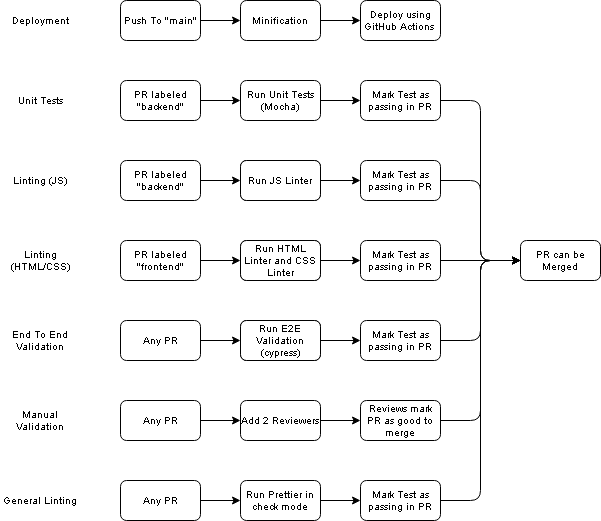
The draw.io diagram admin/cipipeline/phase2.drawio.png in cse110-fa22-group29/cse110-fa22-group29, before a commit. Source tidied: cells renumbered, new cells last; positions are measured from the earlier drawing's top-left corner, leaving out a move shared by most shapes. Its diagram source:
```xml
<mxGraphModel>
  <root>
    <mxCell id="0" />
    <mxCell id="1" parent="0" />
    <mxCell id="2" value="Deployment" style="text;html=1;strokeColor=none;fillColor=none;align=center;verticalAlign=middle;whiteSpace=wrap;rounded=0;fontSize=10;" parent="1" vertex="1">
      <mxGeometry width="80" height="40" as="geometry" />
    </mxCell>
    <mxCell id="3" value="Unit Tests" style="text;html=1;strokeColor=none;fillColor=none;align=center;verticalAlign=middle;whiteSpace=wrap;rounded=0;fontSize=10;" parent="1" vertex="1">
      <mxGeometry y="80" width="80" height="40" as="geometry" />
    </mxCell>
    <mxCell id="4" value="End To End Validation" style="text;html=1;strokeColor=none;fillColor=none;align=center;verticalAlign=middle;whiteSpace=wrap;rounded=0;fontSize=10;" parent="1" vertex="1">
      <mxGeometry y="320" width="80" height="40" as="geometry" />
    </mxCell>
    <mxCell id="5" value="Linting (HTML/CSS)" style="text;html=1;strokeColor=none;fillColor=none;align=center;verticalAlign=middle;whiteSpace=wrap;rounded=0;fontSize=10;" parent="1" vertex="1">
      <mxGeometry y="240" width="80" height="40" as="geometry" />
    </mxCell>
    <mxCell id="6" value="Linting (JS)" style="text;html=1;strokeColor=none;fillColor=none;align=center;verticalAlign=middle;whiteSpace=wrap;rounded=0;fontSize=10;" parent="1" vertex="1">
      <mxGeometry y="160" width="80" height="40" as="geometry" />
    </mxCell>
    <mxCell id="7" value="Push To &quot;main&quot;" style="rounded=1;whiteSpace=wrap;html=1;fontSize=10;" parent="1" vertex="1">
      <mxGeometry x="120" width="80" height="40" as="geometry" />
    </mxCell>
    <mxCell id="8" style="endArrow=classic;html=1;exitX=1;exitY=0.5;exitDx=0;exitDy=0;entryX=0;entryY=0.5;entryDx=0;entryDy=0;fontSize=10;" parent="1" edge="1" source="7">
      <mxGeometry relative="1" as="geometry">
        <mxPoint x="240" y="20" as="targetPoint" />
      </mxGeometry>
    </mxCell>
    <mxCell id="9" value="Deploy using GitHub Actions&amp;nbsp;" style="rounded=1;whiteSpace=wrap;html=1;fontSize=10;" parent="1" vertex="1">
      <mxGeometry x="360" width="80" height="40" as="geometry" />
    </mxCell>
    <mxCell id="10" value="Minification" style="rounded=1;whiteSpace=wrap;html=1;fontSize=10;" parent="1" vertex="1">
      <mxGeometry x="240" width="80" height="40" as="geometry" />
    </mxCell>
    <mxCell id="11" style="endArrow=classic;html=1;exitX=1;exitY=0.5;exitDx=0;exitDy=0;entryX=0;entryY=0.5;entryDx=0;entryDy=0;fontSize=10;" parent="1" edge="1" source="10" target="9">
      <mxGeometry relative="1" as="geometry" />
    </mxCell>
    <mxCell id="12" value="PR labeled &quot;backend&quot;" style="rounded=1;whiteSpace=wrap;html=1;fontSize=10;" parent="1" vertex="1">
      <mxGeometry x="120" y="80" width="80" height="40" as="geometry" />
    </mxCell>
    <mxCell id="13" value="Run Unit Tests (Mocha)" style="rounded=1;whiteSpace=wrap;html=1;fontSize=10;" parent="1" vertex="1">
      <mxGeometry x="240" y="80" width="80" height="40" as="geometry" />
    </mxCell>
    <mxCell id="14" style="endArrow=classic;html=1;fontSize=10;exitX=1;exitY=0.5;exitDx=0;exitDy=0;" parent="1" edge="1" source="12">
      <mxGeometry relative="1" as="geometry">
        <mxPoint x="240" y="100" as="targetPoint" />
      </mxGeometry>
    </mxCell>
    <mxCell id="15" value="PR labeled &quot;backend&quot;" style="rounded=1;whiteSpace=wrap;html=1;fontSize=10;" parent="1" vertex="1">
      <mxGeometry x="120" y="160" width="80" height="40" as="geometry" />
    </mxCell>
    <mxCell id="16" value="Run JS Linter" style="rounded=1;whiteSpace=wrap;html=1;fontSize=10;" parent="1" vertex="1">
      <mxGeometry x="240" y="160" width="80" height="40" as="geometry" />
    </mxCell>
    <mxCell id="17" style="endArrow=classic;html=1;fontSize=10;exitX=1;exitY=0.5;exitDx=0;exitDy=0;" parent="1" edge="1" source="15">
      <mxGeometry relative="1" as="geometry">
        <mxPoint x="240" y="180" as="targetPoint" />
      </mxGeometry>
    </mxCell>
    <mxCell id="18" value="PR labeled &quot;frontend&quot;" style="rounded=1;whiteSpace=wrap;html=1;fontSize=10;" parent="1" vertex="1">
      <mxGeometry x="120" y="240" width="80" height="40" as="geometry" />
    </mxCell>
    <mxCell id="19" value="Run HTML Linter and CSS Linter" style="rounded=1;whiteSpace=wrap;html=1;fontSize=10;" parent="1" vertex="1">
      <mxGeometry x="240" y="240" width="80" height="40" as="geometry" />
    </mxCell>
    <mxCell id="20" style="endArrow=classic;html=1;fontSize=10;exitX=1;exitY=0.5;exitDx=0;exitDy=0;" parent="1" edge="1" source="18">
      <mxGeometry relative="1" as="geometry">
        <mxPoint x="240" y="260" as="targetPoint" />
      </mxGeometry>
    </mxCell>
    <mxCell id="21" value="Any PR" style="rounded=1;whiteSpace=wrap;html=1;fontSize=10;" parent="1" vertex="1">
      <mxGeometry x="120" y="320" width="80" height="40" as="geometry" />
    </mxCell>
    <mxCell id="22" value="Run E2E Validation" style="rounded=1;whiteSpace=wrap;html=1;fontSize=10;" parent="1" vertex="1">
      <mxGeometry x="240" y="320" width="80" height="40" as="geometry" />
    </mxCell>
    <mxCell id="23" value="Mark Test as passing in PR" style="rounded=1;whiteSpace=wrap;html=1;fontSize=10;" parent="1" vertex="1">
      <mxGeometry x="360" y="80" width="80" height="40" as="geometry" />
    </mxCell>
    <mxCell id="24" style="endArrow=classic;html=1;fontSize=10;exitX=1;exitY=0.5;exitDx=0;exitDy=0;entryX=0;entryY=0.5;entryDx=0;entryDy=0;" parent="1" edge="1" source="13" target="23">
      <mxGeometry relative="1" as="geometry" />
    </mxCell>
    <mxCell id="25" value="Mark Test as passing in PR" style="rounded=1;whiteSpace=wrap;html=1;fontSize=10;" parent="1" vertex="1">
      <mxGeometry x="360" y="160" width="80" height="40" as="geometry" />
    </mxCell>
    <mxCell id="26" value="Mark Test as passing in PR" style="rounded=1;whiteSpace=wrap;html=1;fontSize=10;" parent="1" vertex="1">
      <mxGeometry x="360" y="240" width="80" height="40" as="geometry" />
    </mxCell>
    <mxCell id="27" value="Mark Test as passing in PR" style="rounded=1;whiteSpace=wrap;html=1;fontSize=10;" parent="1" vertex="1">
      <mxGeometry x="360" y="320" width="80" height="40" as="geometry" />
    </mxCell>
    <mxCell id="28" style="endArrow=classic;html=1;fontSize=10;exitX=1;exitY=0.5;exitDx=0;exitDy=0;entryX=0;entryY=0.5;entryDx=0;entryDy=0;" parent="1" edge="1" source="16" target="25">
      <mxGeometry relative="1" as="geometry" />
    </mxCell>
    <mxCell id="29" style="endArrow=classic;html=1;fontSize=10;exitX=1;exitY=0.5;exitDx=0;exitDy=0;entryX=0;entryY=0.5;entryDx=0;entryDy=0;" parent="1" edge="1" source="19" target="26">
      <mxGeometry relative="1" as="geometry" />
    </mxCell>
    <mxCell id="30" style="endArrow=classic;html=1;fontSize=10;exitX=1;exitY=0.5;exitDx=0;exitDy=0;entryX=0;entryY=0.5;entryDx=0;entryDy=0;" parent="1" edge="1" source="22" target="27">
      <mxGeometry relative="1" as="geometry" />
    </mxCell>
    <mxCell id="31" style="endArrow=classic;html=1;fontSize=10;exitX=1;exitY=0.5;exitDx=0;exitDy=0;entryX=0;entryY=0.5;entryDx=0;entryDy=0;" parent="1" edge="1" source="21" target="22">
      <mxGeometry relative="1" as="geometry" />
    </mxCell>
    <mxCell id="32" value="Manual Validation" style="text;html=1;strokeColor=none;fillColor=none;align=center;verticalAlign=middle;whiteSpace=wrap;rounded=0;fontSize=10;" parent="1" vertex="1">
      <mxGeometry y="400" width="80" height="40" as="geometry" />
    </mxCell>
    <mxCell id="33" value="Any PR" style="rounded=1;whiteSpace=wrap;html=1;fontSize=10;" parent="1" vertex="1">
      <mxGeometry x="120" y="400" width="80" height="40" as="geometry" />
    </mxCell>
    <mxCell id="34" value="Add 2 Reviewers" style="rounded=1;whiteSpace=wrap;html=1;fontSize=10;" parent="1" vertex="1">
      <mxGeometry x="240" y="400" width="80" height="40" as="geometry" />
    </mxCell>
    <mxCell id="35" value="Reviews mark PR as good to merge" style="rounded=1;whiteSpace=wrap;html=1;fontSize=10;" parent="1" vertex="1">
      <mxGeometry x="360" y="400" width="80" height="40" as="geometry" />
    </mxCell>
    <mxCell id="36" value="PR can be Merged" style="rounded=1;whiteSpace=wrap;html=1;fontSize=10;" parent="1" vertex="1">
      <mxGeometry x="520" y="240" width="80" height="40" as="geometry" />
    </mxCell>
    <mxCell id="37" style="endArrow=classic;html=1;fontSize=10;exitX=1;exitY=0.5;exitDx=0;exitDy=0;entryX=0;entryY=0.5;entryDx=0;entryDy=0;" parent="1" edge="1" source="26" target="36">
      <mxGeometry relative="1" as="geometry" />
    </mxCell>
    <mxCell id="38" style="endArrow=classic;html=1;fontSize=10;exitX=1;exitY=0.5;exitDx=0;exitDy=0;" parent="1" edge="1" source="27">
      <mxGeometry relative="1" as="geometry">
        <mxPoint x="520" y="260" as="targetPoint" />
        <Array as="points">
          <mxPoint x="480" y="340" />
          <mxPoint x="480" y="260" />
        </Array>
      </mxGeometry>
    </mxCell>
    <mxCell id="39" style="endArrow=classic;html=1;fontSize=10;exitX=1;exitY=0.5;exitDx=0;exitDy=0;entryX=0;entryY=0.5;entryDx=0;entryDy=0;" parent="1" edge="1" source="35" target="36">
      <mxGeometry relative="1" as="geometry">
        <Array as="points">
          <mxPoint x="480" y="420" />
          <mxPoint x="480" y="260" />
        </Array>
      </mxGeometry>
    </mxCell>
    <mxCell id="40" style="endArrow=classic;html=1;fontSize=10;exitX=1;exitY=0.5;exitDx=0;exitDy=0;entryX=0;entryY=0.5;entryDx=0;entryDy=0;" parent="1" edge="1" source="25" target="36">
      <mxGeometry relative="1" as="geometry">
        <Array as="points">
          <mxPoint x="480" y="180" />
          <mxPoint x="480" y="260" />
        </Array>
      </mxGeometry>
    </mxCell>
    <mxCell id="41" style="endArrow=classic;html=1;fontSize=10;exitX=1;exitY=0.5;exitDx=0;exitDy=0;entryX=0;entryY=0.5;entryDx=0;entryDy=0;" parent="1" edge="1" source="23" target="36">
      <mxGeometry relative="1" as="geometry">
        <Array as="points">
          <mxPoint x="480" y="100" />
          <mxPoint x="480" y="260" />
        </Array>
      </mxGeometry>
    </mxCell>
    <mxCell id="42" value="Run JS Linter" style="rounded=1;whiteSpace=wrap;html=1;fontSize=10;" parent="1" vertex="1">
      <mxGeometry x="240" y="160" width="80" height="40" as="geometry" />
    </mxCell>
    <mxCell id="43" value="Run HTML Linter and CSS Linter" style="rounded=1;whiteSpace=wrap;html=1;fontSize=10;" parent="1" vertex="1">
      <mxGeometry x="240" y="240" width="80" height="40" as="geometry" />
    </mxCell>
    <mxCell id="44" value="Run E2E Validation (cypress)" style="rounded=1;whiteSpace=wrap;html=1;fontSize=10;" parent="1" vertex="1">
      <mxGeometry x="240" y="320" width="80" height="40" as="geometry" />
    </mxCell>
    <mxCell id="45" style="endArrow=classic;html=1;fontSize=10;exitX=1;exitY=0.5;exitDx=0;exitDy=0;" parent="1" edge="1" source="33" target="34">
      <mxGeometry relative="1" as="geometry" />
    </mxCell>
    <mxCell id="46" style="endArrow=classic;html=1;fontSize=10;exitX=1;exitY=0.5;exitDx=0;exitDy=0;" parent="1" edge="1" source="34" target="35">
      <mxGeometry relative="1" as="geometry" />
    </mxCell>
    <mxCell id="47" value="General Linting" style="text;html=1;strokeColor=none;fillColor=none;align=center;verticalAlign=middle;whiteSpace=wrap;rounded=0;fontSize=10;" parent="1" vertex="1">
      <mxGeometry y="480" width="80" height="40" as="geometry" />
    </mxCell>
    <mxCell id="48" value="Any PR" style="rounded=1;whiteSpace=wrap;html=1;fontSize=10;" parent="1" vertex="1">
      <mxGeometry x="120" y="480" width="80" height="40" as="geometry" />
    </mxCell>
    <mxCell id="49" value="Run Prettier in check mode" style="rounded=1;whiteSpace=wrap;html=1;fontSize=10;" parent="1" vertex="1">
      <mxGeometry x="240" y="480" width="80" height="40" as="geometry" />
    </mxCell>
    <mxCell id="50" value="Mark Test as passing in PR" style="rounded=1;whiteSpace=wrap;html=1;fontSize=10;" parent="1" vertex="1">
      <mxGeometry x="360" y="480" width="80" height="40" as="geometry" />
    </mxCell>
    <mxCell id="51" style="endArrow=classic;html=1;fontSize=10;exitX=1;exitY=0.5;exitDx=0;exitDy=0;" parent="1" edge="1" source="48" target="49">
      <mxGeometry relative="1" as="geometry" />
    </mxCell>
    <mxCell id="52" style="endArrow=classic;html=1;fontSize=10;exitX=1;exitY=0.5;exitDx=0;exitDy=0;" parent="1" edge="1" source="49" target="50">
      <mxGeometry relative="1" as="geometry" />
    </mxCell>
    <mxCell id="53" style="endArrow=classic;html=1;exitX=1;exitY=0.5;exitDx=0;exitDy=0;entryX=0;entryY=0.5;entryDx=0;entryDy=0;" parent="1" edge="1" source="50" target="36">
      <mxGeometry relative="1" as="geometry">
        <Array as="points">
          <mxPoint x="480" y="500" />
          <mxPoint x="480" y="260" />
        </Array>
      </mxGeometry>
    </mxCell>
  </root>
</mxGraphModel>
```
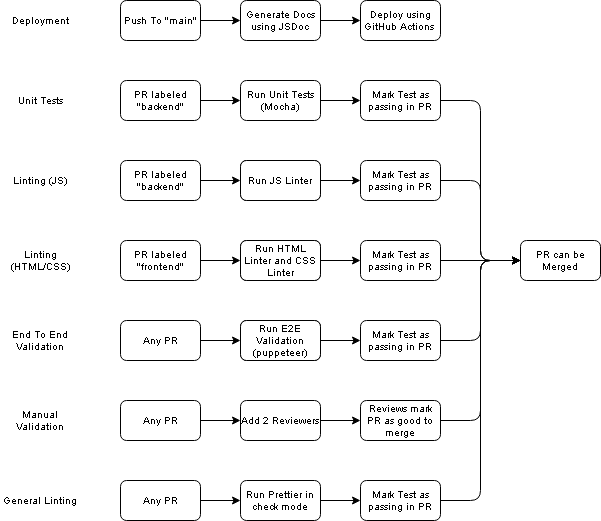
The same diagram one commit later.

Commit message:
update cicd phase 2 status

The edit, as a diff of the source:
```diff
@@ -28,7 +28,7 @@
     <mxCell id="9" value="Deploy using GitHub Actions&amp;nbsp;" style="rounded=1;whiteSpace=wrap;html=1;fontSize=10;" parent="1" vertex="1">
       <mxGeometry x="360" width="80" height="40" as="geometry" />
     </mxCell>
-    <mxCell id="10" value="Minification" style="rounded=1;whiteSpace=wrap;html=1;fontSize=10;" parent="1" vertex="1">
+    <mxCell id="10" value="Generate Docs using JSDoc" style="rounded=1;whiteSpace=wrap;html=1;fontSize=10;" parent="1" vertex="1">
       <mxGeometry x="240" width="80" height="40" as="geometry" />
     </mxCell>
     <mxCell id="11" style="endArrow=classic;html=1;exitX=1;exitY=0.5;exitDx=0;exitDy=0;entryX=0;entryY=0.5;entryDx=0;entryDy=0;fontSize=10;" parent="1" edge="1" source="10" target="9">
@@ -157,7 +157,7 @@
     <mxCell id="43" value="Run HTML Linter and CSS Linter" style="rounded=1;whiteSpace=wrap;html=1;fontSize=10;" parent="1" vertex="1">
       <mxGeometry x="240" y="240" width="80" height="40" as="geometry" />
     </mxCell>
-    <mxCell id="44" value="Run E2E Validation (cypress)" style="rounded=1;whiteSpace=wrap;html=1;fontSize=10;" parent="1" vertex="1">
+    <mxCell id="44" value="Run E2E Validation (puppeteer)" style="rounded=1;whiteSpace=wrap;html=1;fontSize=10;" parent="1" vertex="1">
       <mxGeometry x="240" y="320" width="80" height="40" as="geometry" />
     </mxCell>
     <mxCell id="45" style="endArrow=classic;html=1;fontSize=10;exitX=1;exitY=0.5;exitDx=0;exitDy=0;" parent="1" edge="1" source="33" target="34">
```
